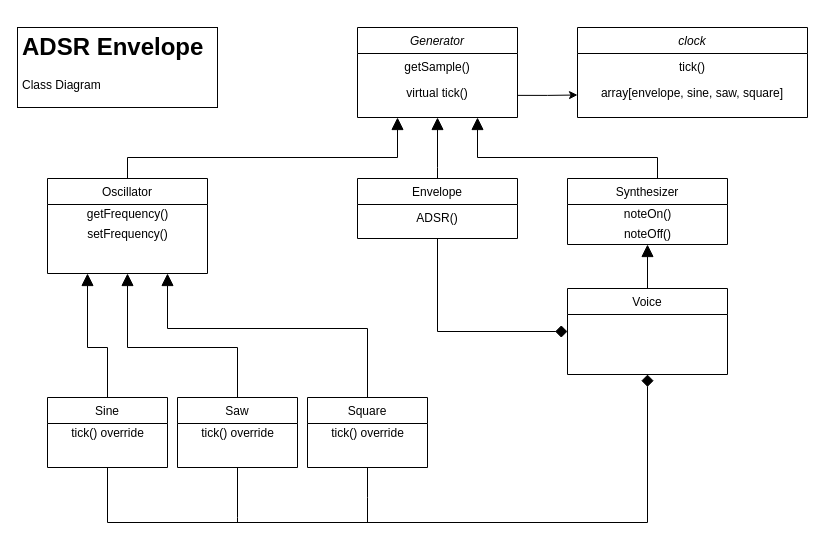
Before: doc/class_diagram.drawio in StevenRVE/ADSR_envelope_synth, a draw.io diagram. Source tidied: cells renumbered, new cells numbered last; positions are measured from the earlier drawing's top-left corner, leaving out a move shared by most shapes. Both pictures are drawn from the tidied source at 100%, with x=0, y=0 at pixel (17, 27).
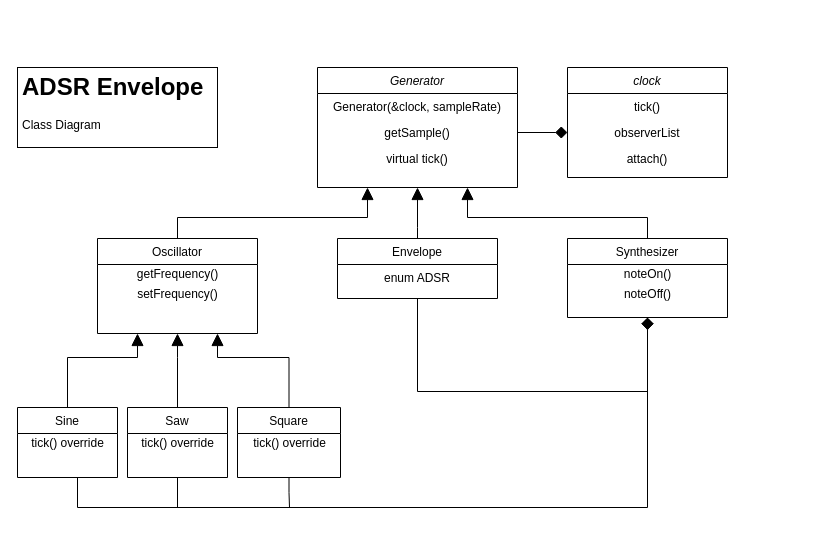
After the change.

Diff of the diagram source:
```diff
@@
     <mxCell id="2" value="Generator" style="swimlane;fontStyle=2;align=center;verticalAlign=top;horizontal=1;startSize=26;rounded=0;shadow=0;strokeWidth=1;" parent="1" vertex="1">
-      <mxGeometry x="340" width="160" height="90" as="geometry" />
+      <mxGeometry x="300" y="40" width="200" height="120" as="geometry" />
     </mxCell>
+    <mxCell id="36" value="Generator(&amp;clock, sampleRate)" style="text;align=center;verticalAlign=top;spacingLeft=4;spacingRight=4;overflow=hidden;rounded=0;shadow=0;html=0;" parent="2" vertex="1">
+      <mxGeometry y="26" width="200" height="26" as="geometry" />
+    </mxCell>
     <mxCell id="3" value="getSample()" style="text;align=center;verticalAlign=top;spacingLeft=4;spacingRight=4;overflow=hidden;points=[[0,0.5],[1,0.5]];portConstraint=eastwest;" parent="2" vertex="1">
-      <mxGeometry y="26" width="160" height="26" as="geometry" />
+      <mxGeometry y="52" width="200" height="26" as="geometry" />
     </mxCell>
     <mxCell id="4" value="virtual tick()" style="text;align=center;verticalAlign=top;spacingLeft=4;spacingRight=4;overflow=hidden;points=[[0,0.5],[1,0.5]];portConstraint=eastwest;rounded=0;shadow=0;html=0;" parent="2" vertex="1">
-      <mxGeometry y="52" width="160" height="26" as="geometry" />
+      <mxGeometry y="78" width="200" height="26" as="geometry" />
     </mxCell>
     <mxCell id="5" value="Oscillator" style="swimlane;fontStyle=0;align=center;verticalAlign=top;horizontal=1;startSize=26;rounded=0;shadow=0;strokeWidth=1;" parent="1" vertex="1">
-      <mxGeometry x="30" y="151" width="160" height="95" as="geometry" />
+      <mxGeometry x="80" y="211" width="160" height="95" as="geometry" />
     </mxCell>
@@
     <mxCell id="8" style="endArrow=block;endSize=10;endFill=1;shadow=0;strokeWidth=1;rounded=0;edgeStyle=elbowEdgeStyle;elbow=vertical;entryX=0.25;entryY=1;entryDx=0;entryDy=0;" parent="1" edge="1" source="5" target="2">
       <mxGeometry relative="1" as="geometry">
         <Array as="points">
-          <mxPoint x="310" y="130" />
+          <mxPoint x="310" y="190" />
         </Array>
       </mxGeometry>
     </mxCell>
     <mxCell id="9" style="edgeStyle=orthogonalEdgeStyle;rounded=0;jettySize=auto;html=1;endArrow=block;endFill=1;endSize=10;exitX=0.5;exitY=0;exitDx=0;exitDy=0;entryX=0.25;entryY=1;entryDx=0;entryDy=0;" parent="1" edge="1" source="10" target="5">
       <mxGeometry relative="1" as="geometry">
         <Array as="points">
-          <mxPoint x="90" y="320" />
-          <mxPoint x="70" y="320" />
+          <mxPoint x="50" y="330" />
+          <mxPoint x="120" y="330" />
         </Array>
       </mxGeometry>
     </mxCell>
     <mxCell id="10" value="Sine" style="swimlane;fontStyle=0;align=center;verticalAlign=top;horizontal=1;startSize=26;rounded=0;shadow=0;strokeWidth=1;" parent="1" vertex="1">
-      <mxGeometry x="30" y="370" width="120" height="70" as="geometry" />
+      <mxGeometry y="380" width="100" height="70" as="geometry" />
     </mxCell>
     <mxCell id="11" value="tick() override" style="text;html=1;align=center;verticalAlign=middle;strokeColor=none;" parent="10" vertex="1">
-      <mxGeometry y="26" width="120" height="20" as="geometry" />
+      <mxGeometry y="26" width="100" height="20" as="geometry" />
     </mxCell>
     <mxCell id="12" value="Envelope" style="swimlane;fontStyle=0;align=center;verticalAlign=top;horizontal=1;startSize=26;rounded=0;shadow=0;strokeWidth=1;" parent="1" vertex="1">
-      <mxGeometry x="340" y="151" width="160" height="60" as="geometry" />
+      <mxGeometry x="320" y="211" width="160" height="60" as="geometry" />
     </mxCell>
-    <mxCell id="13" value="ADSR()" style="text;align=center;verticalAlign=top;spacingLeft=4;spacingRight=4;overflow=hidden;rounded=0;shadow=0;html=0;" parent="12" vertex="1">
+    <mxCell id="13" value="enum ADSR" style="text;align=center;verticalAlign=top;spacingLeft=4;spacingRight=4;overflow=hidden;rounded=0;shadow=0;html=0;" parent="12" vertex="1">
       <mxGeometry y="26" width="160" height="26" as="geometry" />
     </mxCell>
     <mxCell id="14" style="endArrow=block;shadow=0;strokeWidth=1;rounded=0;endFill=1;edgeStyle=elbowEdgeStyle;elbow=vertical;startArrow=none;startFill=0;startSize=0;entryX=0.5;entryY=1;entryDx=0;entryDy=0;exitX=0.5;exitY=0;exitDx=0;exitDy=0;endSize=10;" parent="1" edge="1" source="12" target="2">
       <mxGeometry x="0.5" y="41" relative="1" as="geometry">
         <Array as="points">
-          <mxPoint x="420" y="140" />
-          <mxPoint x="440" y="120" />
-          <mxPoint x="440" y="140" />
-          <mxPoint x="420" y="90" />
+          <mxPoint x="420" y="200" />
+          <mxPoint x="440" y="180" />
+          <mxPoint x="440" y="200" />
+          <mxPoint x="420" y="150" />
         </Array>
         <mxPoint x="-40" y="32" as="offset" />
       </mxGeometry>
     </mxCell>
     <mxCell id="15" style="edgeStyle=orthogonalEdgeStyle;rounded=0;jettySize=auto;html=1;endArrow=block;endFill=1;endSize=10;entryX=0.5;entryY=1;entryDx=0;entryDy=0;exitX=0.5;exitY=0;exitDx=0;exitDy=0;" parent="1" edge="1" source="17" target="5">
       <mxGeometry relative="1" as="geometry">
         <Array as="points">
-          <mxPoint x="220" y="320" />
-          <mxPoint x="110" y="320" />
+          <mxPoint x="160" y="330" />
+          <mxPoint x="160" y="330" />
         </Array>
       </mxGeometry>
     </mxCell>
     <mxCell id="16" style="edgeStyle=orthogonalEdgeStyle;rounded=0;jettySize=auto;html=1;exitX=0.5;exitY=1;exitDx=0;exitDy=0;startArrow=none;startFill=0;endArrow=none;endFill=0;startSize=10;endSize=10;targetPerimeterSpacing=0;" parent="1" edge="1" source="17">
       <mxGeometry relative="1" as="geometry">
-        <mxPoint x="220" y="495" as="targetPoint" />
+        <mxPoint x="170" y="480" as="targetPoint" />
         <Array as="points">
-          <mxPoint x="220" y="490" />
+          <mxPoint x="170" y="480" />
         </Array>
       </mxGeometry>
     </mxCell>
     <mxCell id="17" value="Saw" style="swimlane;fontStyle=0;align=center;verticalAlign=top;horizontal=1;startSize=26;rounded=0;shadow=0;strokeWidth=1;" parent="1" vertex="1">
-      <mxGeometry x="160" y="370" width="120" height="70" as="geometry" />
+      <mxGeometry x="110" y="380" width="100" height="70" as="geometry" />
     </mxCell>
     <mxCell id="18" value="tick() override" style="text;html=1;align=center;verticalAlign=middle;strokeColor=none;" parent="17" vertex="1">
-      <mxGeometry y="26" width="120" height="20" as="geometry" />
+      <mxGeometry y="26" width="100" height="20" as="geometry" />
     </mxCell>
     <mxCell id="19" style="edgeStyle=orthogonalEdgeStyle;rounded=0;jettySize=auto;html=1;endArrow=block;endFill=1;endSize=10;exitX=0.5;exitY=0;exitDx=0;exitDy=0;entryX=0.75;entryY=1;entryDx=0;entryDy=0;" parent="1" edge="1" source="21" target="5">
       <mxGeometry relative="1" as="geometry">
         <Array as="points">
-          <mxPoint x="350" y="301" />
-          <mxPoint x="150" y="301" />
+          <mxPoint x="272" y="330" />
+          <mxPoint x="200" y="330" />
         </Array>
       </mxGeometry>
     </mxCell>
     <mxCell id="20" style="edgeStyle=orthogonalEdgeStyle;rounded=0;jettySize=auto;html=1;exitX=0.5;exitY=1;exitDx=0;exitDy=0;startArrow=none;startFill=0;endArrow=none;endFill=0;startSize=10;endSize=10;targetPerimeterSpacing=0;" parent="1" edge="1" source="21">
       <mxGeometry relative="1" as="geometry">
-        <mxPoint x="350" y="495" as="targetPoint" />
+        <mxPoint x="272" y="480" as="targetPoint" />
         <Array as="points">
-          <mxPoint x="350" y="470" />
-          <mxPoint x="350" y="470" />
+          <mxPoint x="272" y="465" />
+          <mxPoint x="272" y="480" />
         </Array>
       </mxGeometry>
     </mxCell>
     <mxCell id="21" value="Square" style="swimlane;fontStyle=0;align=center;verticalAlign=top;horizontal=1;startSize=26;rounded=0;shadow=0;strokeWidth=1;" parent="1" vertex="1">
-      <mxGeometry x="290" y="370" width="120" height="70" as="geometry" />
+      <mxGeometry x="220" y="380" width="103" height="70" as="geometry" />
     </mxCell>
     <mxCell id="22" value="tick() override" style="text;html=1;align=center;verticalAlign=middle;strokeColor=none;" parent="21" vertex="1">
-      <mxGeometry y="26" width="120" height="20" as="geometry" />
+      <mxGeometry y="26" width="103" height="20" as="geometry" />
     </mxCell>
-    <mxCell id="23" style="edgeStyle=orthogonalEdgeStyle;rounded=0;jettySize=auto;html=1;endArrow=none;endFill=0;endSize=10;startArrow=diamond;startFill=1;targetPerimeterSpacing=0;startSize=10;exitX=0.5;exitY=1;exitDx=0;exitDy=0;entryX=0.5;entryY=1;entryDx=0;entryDy=0;" parent="1" edge="1" source="28" target="10">
+    <mxCell id="23" style="edgeStyle=orthogonalEdgeStyle;rounded=0;jettySize=auto;html=1;endArrow=none;endFill=0;endSize=10;startArrow=diamond;startFill=1;targetPerimeterSpacing=0;startSize=10;exitX=0.5;exitY=1;exitDx=0;exitDy=0;entryX=0.5;entryY=1;entryDx=0;entryDy=0;" parent="1" edge="1" source="25" target="10">
       <mxGeometry relative="1" as="geometry">
         <Array as="points">
-          <mxPoint x="630" y="495" />
-          <mxPoint x="90" y="495" />
+          <mxPoint x="630" y="480" />
+          <mxPoint x="60" y="480" />
         </Array>
       </mxGeometry>
     </mxCell>
-    <mxCell id="24" style="edgeStyle=orthogonalEdgeStyle;rounded=0;jettySize=auto;html=1;entryX=0.5;entryY=1;entryDx=0;entryDy=0;startArrow=diamond;startFill=1;endArrow=none;endFill=0;startSize=10;endSize=10;targetPerimeterSpacing=0;exitX=0;exitY=0.5;exitDx=0;exitDy=0;" parent="1" edge="1" source="28" target="12">
+    <mxCell id="24" style="edgeStyle=orthogonalEdgeStyle;rounded=0;jettySize=auto;html=1;entryX=0.5;entryY=1;entryDx=0;entryDy=0;startArrow=diamond;startFill=1;endArrow=none;endFill=0;startSize=10;endSize=10;targetPerimeterSpacing=0;exitX=0.5;exitY=1;exitDx=0;exitDy=0;" parent="1" edge="1" source="25" target="12">
       <mxGeometry relative="1" as="geometry">
         <Array as="points">
-          <mxPoint x="420" y="304" />
+          <mxPoint x="630" y="364" />
+          <mxPoint x="400" y="364" />
         </Array>
       </mxGeometry>
     </mxCell>
     <mxCell id="25" value="Synthesizer" style="swimlane;fontStyle=0;align=center;verticalAlign=top;horizontal=1;startSize=26;rounded=0;shadow=0;strokeWidth=1;" parent="1" vertex="1">
-      <mxGeometry x="550" y="151" width="160" height="66" as="geometry" />
+      <mxGeometry x="550" y="211" width="160" height="79" as="geometry" />
     </mxCell>
@@
-    <mxCell id="28" value="Voice" style="swimlane;fontStyle=0;align=center;verticalAlign=top;horizontal=1;startSize=26;rounded=0;shadow=0;strokeWidth=1;" parent="1" vertex="1">
-      <mxGeometry x="550" y="261" width="160" height="86" as="geometry" />
-    </mxCell>
     <mxCell id="29" style="edgeStyle=orthogonalEdgeStyle;rounded=0;jettySize=auto;html=1;endArrow=block;endFill=1;endSize=10;entryX=0.75;entryY=1;entryDx=0;entryDy=0;startArrow=none;startFill=0;startSize=10;exitX=0.5;exitY=0;exitDx=0;exitDy=0;" parent="1" edge="1" source="25" target="2">
       <mxGeometry relative="1" as="geometry">
         <Array as="points">
-          <mxPoint x="640" y="130" />
-          <mxPoint x="460" y="130" />
+          <mxPoint x="630" y="190" />
+          <mxPoint x="450" y="190" />
         </Array>
       </mxGeometry>
     </mxCell>
-    <mxCell id="30" style="edgeStyle=orthogonalEdgeStyle;rounded=0;jettySize=auto;html=1;startArrow=none;startFill=0;endArrow=block;endFill=1;startSize=10;endSize=10;targetPerimeterSpacing=0;exitX=0.5;exitY=0;exitDx=0;exitDy=0;entryX=0.5;entryY=1;entryDx=0;entryDy=0;" parent="1" edge="1" source="28" target="25">
-      <mxGeometry relative="1" as="geometry" />
-    </mxCell>
     <mxCell id="31" value="&lt;h1&gt;ADSR Envelope&lt;/h1&gt;&lt;div&gt;Class Diagram&lt;/div&gt;" style="text;html=1;spacing=5;spacingTop=-20;whiteSpace=wrap;overflow=hidden;rounded=0;sketch=0;strokeColor=#030303;" parent="1" vertex="1">
-      <mxGeometry width="200" height="80" as="geometry" />
+      <mxGeometry y="40" width="200" height="80" as="geometry" />
     </mxCell>
     <mxCell id="32" value="clock" style="swimlane;fontStyle=2;align=center;verticalAlign=top;horizontal=1;startSize=26;rounded=0;shadow=0;strokeWidth=1;" parent="1" vertex="1">
-      <mxGeometry x="560" width="230" height="90" as="geometry" />
+      <mxGeometry x="550" y="40" width="160" height="110" as="geometry" />
     </mxCell>
     <mxCell id="33" value="tick()" style="text;align=center;verticalAlign=top;spacingLeft=4;spacingRight=4;overflow=hidden;" parent="32" vertex="1">
-      <mxGeometry y="26" width="230" height="26" as="geometry" />
+      <mxGeometry y="26" width="160" height="26" as="geometry" />
     </mxCell>
-    <mxCell id="34" value="array[envelope, sine, saw, square]" style="text;align=center;verticalAlign=top;spacingLeft=4;spacingRight=4;overflow=hidden;points=[[0,0.5],[1,0.5]];portConstraint=eastwest;" parent="32" vertex="1">
-      <mxGeometry y="52" width="230" height="26" as="geometry" />
+    <mxCell id="34" value="observerList" style="text;align=center;verticalAlign=top;spacingLeft=4;spacingRight=4;overflow=hidden;points=[[0,0.5],[1,0.5]];portConstraint=eastwest;" parent="32" vertex="1">
+      <mxGeometry y="52" width="160" height="26" as="geometry" />
     </mxCell>
+    <mxCell id="37" value="attach()" style="text;align=center;verticalAlign=top;spacingLeft=4;spacingRight=4;overflow=hidden;rounded=0;shadow=0;html=0;" parent="32" vertex="1">
+      <mxGeometry y="78" width="160" height="26" as="geometry" />
+    </mxCell>
-    <mxCell id="35" style="edgeStyle=orthogonalEdgeStyle;rounded=0;jettySize=auto;html=1;exitX=0.998;exitY=0.611;exitDx=0;exitDy=0;entryX=0;entryY=0.75;entryDx=0;entryDy=0;exitPerimeter=0;" parent="1" edge="1" source="4" target="32">
+    <mxCell id="35" style="edgeStyle=orthogonalEdgeStyle;rounded=0;jettySize=auto;html=1;exitX=1;exitY=0.5;exitDx=0;exitDy=0;entryX=0;entryY=0.5;entryDx=0;entryDy=0;endArrow=diamond;endFill=1;endSize=10;startSize=10;" parent="1" edge="1" source="3" target="34">
       <mxGeometry relative="1" as="geometry" />
     </mxCell>
```
